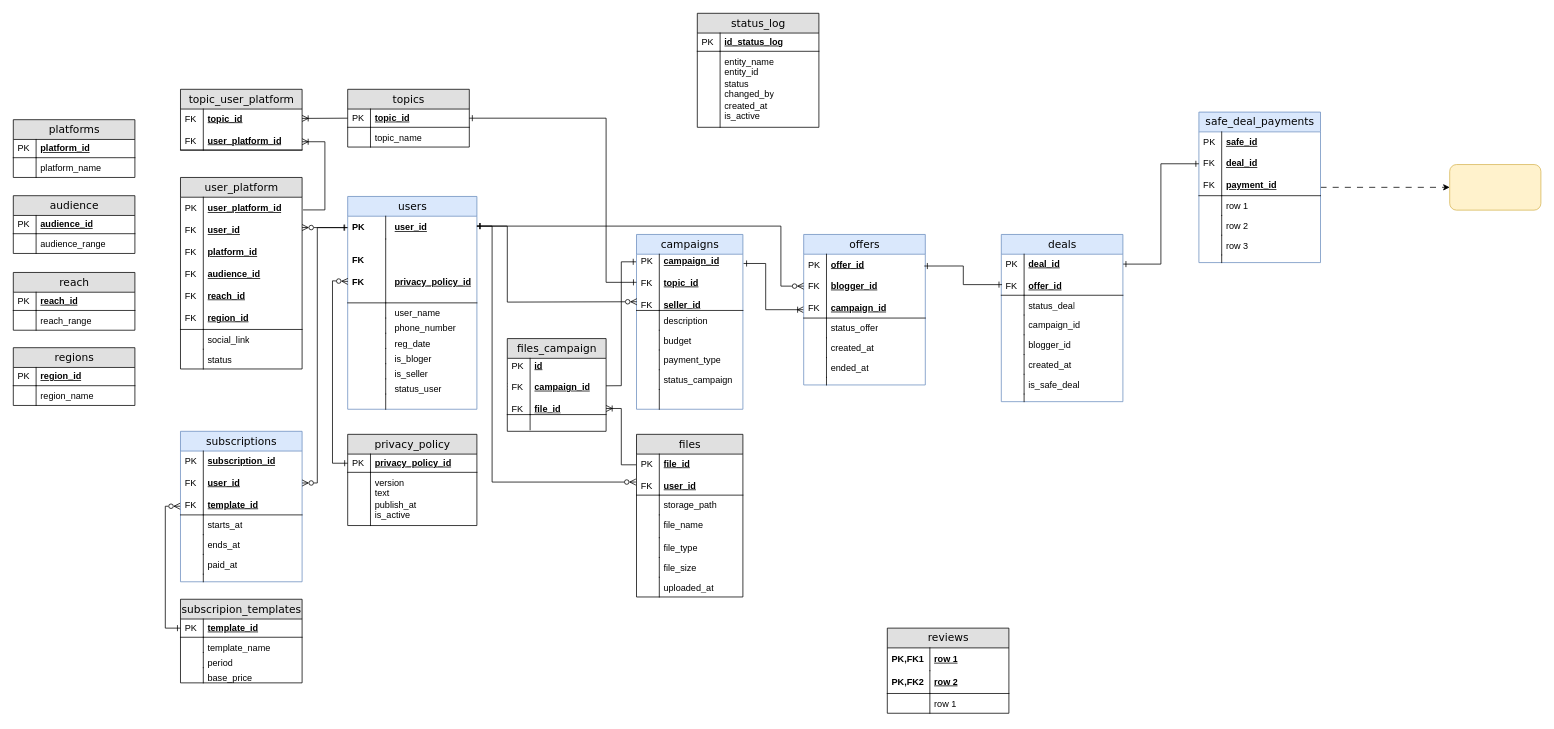
Earlier version of the draw.io diagram diagrams/erd.drawio.xml (NadezdaHope19/practice). Source tidied: cells renumbered, new cells numbered last; positions are measured from the earlier drawing's top-left corner, leaving out a move shared by most shapes. Both pictures are drawn from the tidied source at 76%, with x=0, y=0 at pixel (13, 13).
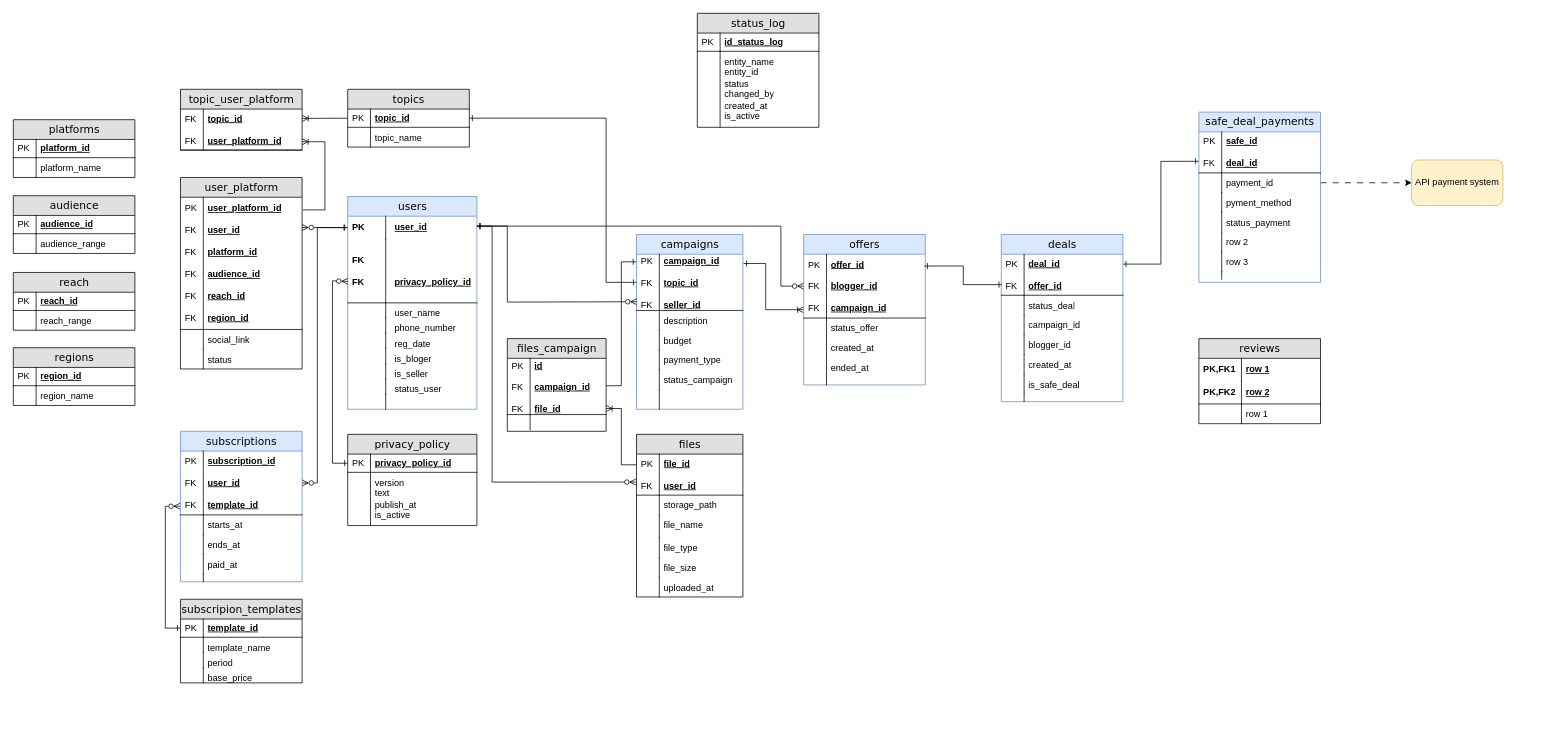
The same diagram, later.

What changed in the source:
```diff
@@
-    <mxCell id="36" style="edgeStyle=none;rounded=0;jettySize=auto;html=1;exitX=1;exitY=0.5;exitDx=0;exitDy=0;entryX=0;entryY=0.5;entryDx=0;entryDy=0;dashed=1;dashPattern=8 8;" parent="1" edge="1" source="37" target="177">
+    <mxCell id="36" style="edgeStyle=none;rounded=0;jettySize=auto;html=1;exitX=1;exitY=0.5;exitDx=0;exitDy=0;entryX=0;entryY=0.5;entryDx=0;entryDy=0;dashed=1;dashPattern=8 8;" parent="1" edge="1" source="178" target="177">
       <mxGeometry relative="1" as="geometry" />
     </mxCell>
     <mxCell id="37" value="safe_deal_payments" style="swimlane;html=1;fontStyle=0;horizontal=1;startSize=26;fillColor=#dae8fc;swimlaneFillColor=#ffffff;align=center;rounded=0;shadow=0;comic=0;labelBackgroundColor=none;strokeWidth=1;fontFamily=Verdana;fontSize=14;strokeColor=#6c8ebf;" parent="1" vertex="1">
-      <mxGeometry x="1560" y="130" width="160" height="198" as="geometry" />
+      <mxGeometry x="1560" y="130" width="160" height="224" as="geometry" />
     </mxCell>
-    <mxCell id="38" value="safe_id&lt;div&gt;&lt;br&gt;&lt;/div&gt;&lt;div&gt;deal_id&lt;/div&gt;&lt;div&gt;&lt;br&gt;&lt;/div&gt;&lt;div&gt;payment_id&lt;/div&gt;" style="shape=partialRectangle;top=0;left=0;right=0;bottom=1;html=1;align=left;verticalAlign=middle;fillColor=none;spacingLeft=34;spacingRight=4;whiteSpace=wrap;overflow=hidden;points=[[0,0.5],[1,0.5]];portConstraint=eastwest;fontStyle=5;" parent="37" vertex="1">
-      <mxGeometry y="26" width="160" height="84" as="geometry" />
+    <mxCell id="38" value="safe_id&lt;div&gt;&lt;br&gt;&lt;/div&gt;&lt;div&gt;deal_id&lt;/div&gt;" style="shape=partialRectangle;top=0;left=0;right=0;bottom=1;html=1;align=left;verticalAlign=middle;fillColor=none;spacingLeft=34;spacingRight=4;whiteSpace=wrap;overflow=hidden;points=[[0,0.5],[1,0.5]];portConstraint=eastwest;fontStyle=5;" parent="37" vertex="1">
+      <mxGeometry y="26" width="160" height="54" as="geometry" />
     </mxCell>
-    <mxCell id="39" value="PK&lt;div&gt;&lt;br&gt;&lt;/div&gt;&lt;div&gt;FK&lt;/div&gt;&lt;div&gt;&lt;br&gt;&lt;/div&gt;&lt;div&gt;FK&lt;/div&gt;" style="shape=partialRectangle;top=0;left=0;bottom=0;html=1;fillColor=none;align=left;verticalAlign=middle;spacingLeft=4;spacingRight=4;whiteSpace=wrap;overflow=hidden;" parent="38" vertex="1">
-      <mxGeometry width="30" height="84" as="geometry" />
+    <mxCell id="39" value="PK&lt;div&gt;&lt;br&gt;&lt;/div&gt;&lt;div&gt;FK&lt;/div&gt;" style="shape=partialRectangle;top=0;left=0;bottom=0;html=1;fillColor=none;align=left;verticalAlign=middle;spacingLeft=4;spacingRight=4;whiteSpace=wrap;overflow=hidden;" parent="38" vertex="1">
+      <mxGeometry width="30" height="54" as="geometry" />
     </mxCell>
+    <mxCell id="178" value="payment_id" style="shape=partialRectangle;top=0;left=0;right=0;bottom=0;html=1;align=left;verticalAlign=top;fillColor=none;spacingLeft=34;spacingRight=4;whiteSpace=wrap;overflow=hidden;points=[[0,0.5],[1,0.5]];portConstraint=eastwest;" parent="37" vertex="1">
+      <mxGeometry y="80" width="160" height="26" as="geometry" />
+    </mxCell>
+    <mxCell id="179" style="shape=partialRectangle;top=0;left=0;bottom=0;html=1;fillColor=none;align=left;verticalAlign=top;spacingLeft=4;spacingRight=4;whiteSpace=wrap;overflow=hidden;" parent="178" vertex="1">
+      <mxGeometry width="30" height="26" as="geometry" />
+    </mxCell>
+    <mxCell id="180" value="pyment_method" style="shape=partialRectangle;top=0;left=0;right=0;bottom=0;html=1;align=left;verticalAlign=top;fillColor=none;spacingLeft=34;spacingRight=4;whiteSpace=wrap;overflow=hidden;" parent="37" vertex="1">
+      <mxGeometry y="106" width="160" height="26" as="geometry" />
+    </mxCell>
+    <mxCell id="181" style="shape=partialRectangle;top=0;left=0;bottom=0;html=1;fillColor=none;align=left;verticalAlign=top;spacingLeft=4;spacingRight=4;whiteSpace=wrap;overflow=hidden;" parent="180" vertex="1">
+      <mxGeometry width="30" height="26" as="geometry" />
+    </mxCell>
-    <mxCell id="40" value="row 1" style="shape=partialRectangle;top=0;left=0;right=0;bottom=0;html=1;align=left;verticalAlign=top;fillColor=none;spacingLeft=34;spacingRight=4;whiteSpace=wrap;overflow=hidden;" parent="37" vertex="1">
-      <mxGeometry y="110" width="160" height="26" as="geometry" />
+    <mxCell id="40" value="status_payment" style="shape=partialRectangle;top=0;left=0;right=0;bottom=0;html=1;align=left;verticalAlign=top;fillColor=none;spacingLeft=34;spacingRight=4;whiteSpace=wrap;overflow=hidden;" parent="37" vertex="1">
+      <mxGeometry y="132" width="160" height="26" as="geometry" />
     </mxCell>
@@
     <mxCell id="42" value="row 2" style="shape=partialRectangle;top=0;left=0;right=0;bottom=0;html=1;align=left;verticalAlign=top;fillColor=none;spacingLeft=34;spacingRight=4;whiteSpace=wrap;overflow=hidden;" parent="37" vertex="1">
-      <mxGeometry y="136" width="160" height="26" as="geometry" />
+      <mxGeometry y="158" width="160" height="26" as="geometry" />
     </mxCell>
@@
     <mxCell id="44" value="row 3" style="shape=partialRectangle;top=0;left=0;right=0;bottom=0;html=1;align=left;verticalAlign=top;fillColor=none;spacingLeft=34;spacingRight=4;whiteSpace=wrap;overflow=hidden;" parent="37" vertex="1">
-      <mxGeometry y="162" width="160" height="26" as="geometry" />
+      <mxGeometry y="184" width="160" height="26" as="geometry" />
     </mxCell>
@@
     <mxCell id="46" style="shape=partialRectangle;top=0;left=0;right=0;bottom=0;html=1;align=left;verticalAlign=top;fillColor=none;spacingLeft=34;spacingRight=4;whiteSpace=wrap;overflow=hidden;" parent="37" vertex="1">
-      <mxGeometry y="188" width="160" height="10" as="geometry" />
+      <mxGeometry y="210" width="160" height="10" as="geometry" />
     </mxCell>
@@
     <mxCell id="59" value="reviews" style="swimlane;html=1;fontStyle=0;horizontal=1;startSize=26;fillColor=#e0e0e0;swimlaneFillColor=#ffffff;align=center;rounded=0;shadow=0;comic=0;labelBackgroundColor=none;strokeWidth=1;fontFamily=Verdana;fontSize=14;" parent="1" vertex="1">
-      <mxGeometry x="1150" y="809" width="160" height="112" as="geometry" />
+      <mxGeometry x="1560" y="428" width="160" height="112" as="geometry" />
     </mxCell>
@@
-    <mxCell id="160" style="edgeStyle=none;rounded=0;jettySize=auto;html=1;entryX=0;entryY=0.5;entryDx=0;entryDy=0;startArrow=ERone;startFill=0;endArrow=ERone;endFill=0;" parent="1" edge="1" target="38">
+    <mxCell id="160" style="edgeStyle=none;rounded=0;jettySize=auto;html=1;entryX=-0.002;entryY=0.718;entryDx=0;entryDy=0;startArrow=ERone;startFill=0;endArrow=ERone;endFill=0;entryPerimeter=0;" parent="1" edge="1" target="38">
       <mxGeometry relative="1" as="geometry">
         <mxPoint x="1460" y="330" as="sourcePoint" />
         <Array as="points">
           <mxPoint x="1510" y="330" />
-          <mxPoint x="1510" y="198" />
+          <mxPoint x="1510" y="194.8" />
         </Array>
       </mxGeometry>
     </mxCell>
@@
-    <mxCell id="177" style="rounded=1;whiteSpace=wrap;html=1;fillColor=#fff2cc;strokeColor=#d6b656;" parent="1" vertex="1">
-      <mxGeometry x="1890" y="199" width="120" height="60" as="geometry" />
+    <mxCell id="177" value="API payment system" style="rounded=1;whiteSpace=wrap;html=1;fillColor=#fff2cc;strokeColor=#d6b656;" parent="1" vertex="1">
+      <mxGeometry x="1840" y="193" width="120" height="60" as="geometry" />
     </mxCell>
```
